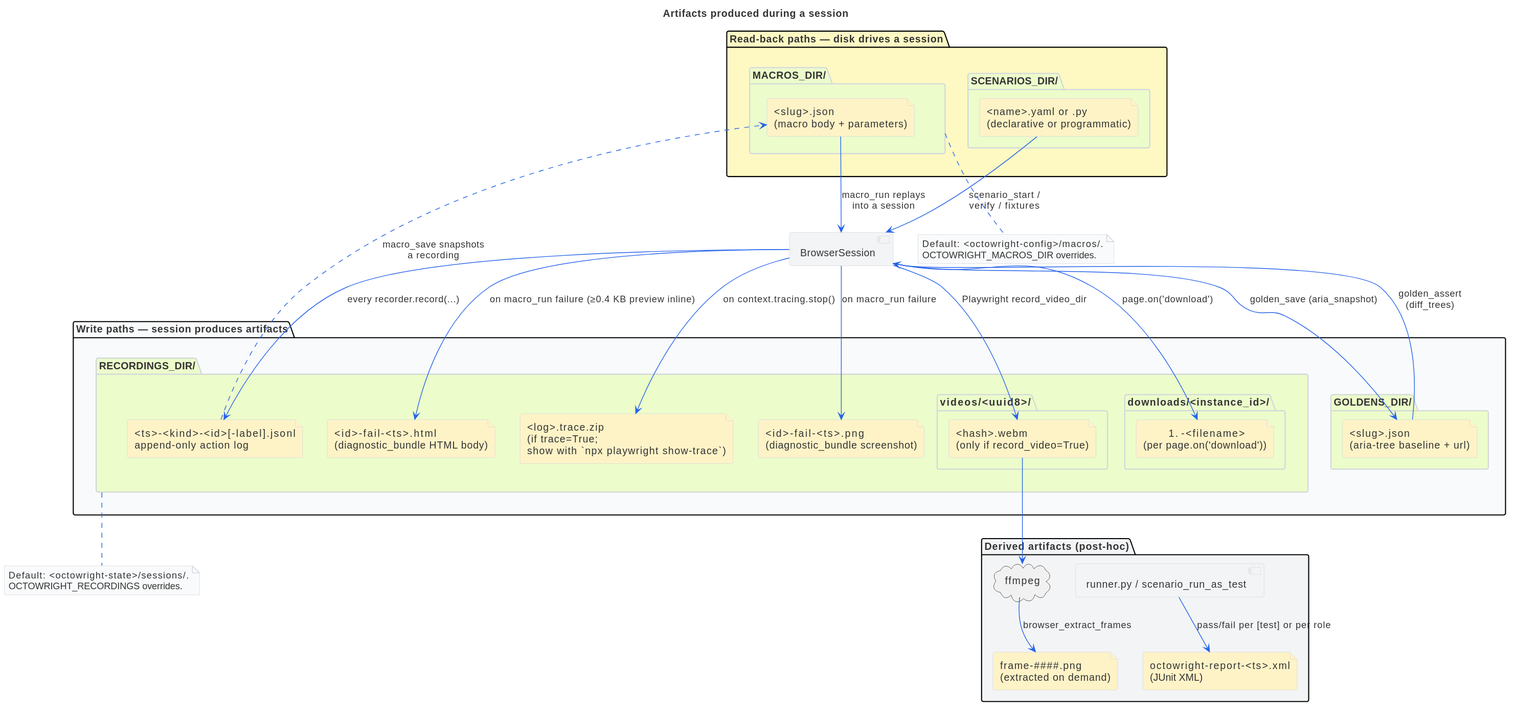
Before: docs/architecture/artifact-flow.svg, a diagram exported from PlantUML (livingstaccato/octowright). Its source is kept beside it as docs/architecture/artifact-flow.puml.
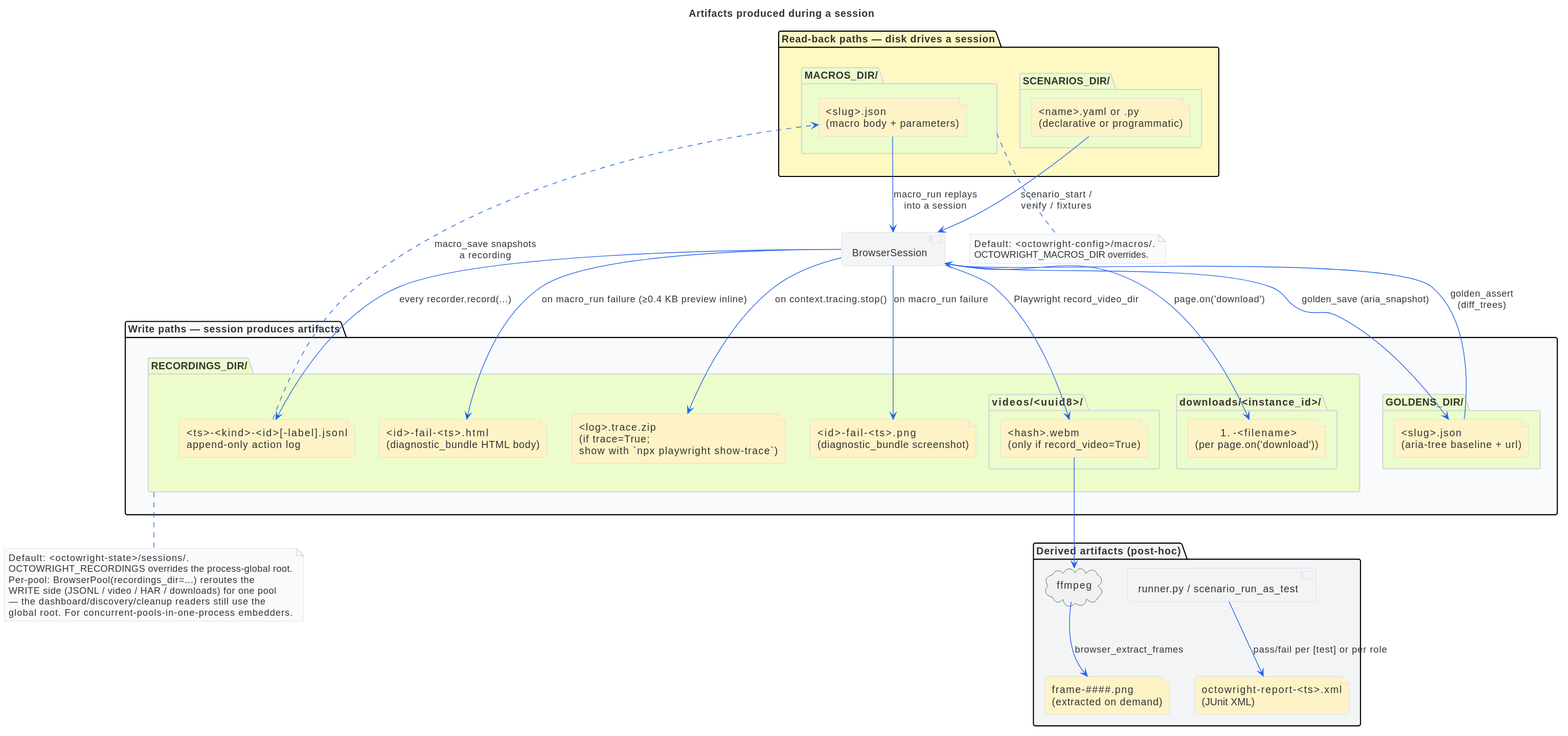
Later version of the same file.

Commit message:
feat(browser-pool): route per-pool artefact writes via BrowserPool(recordings_dir=...)

What changed in the source:
```diff
@@ -71,7 +71,11 @@
 
 note bottom of REC
   Default: <octowright-state>/sessions/.
-  OCTOWRIGHT_RECORDINGS overrides.
+  OCTOWRIGHT_RECORDINGS overrides the process-global root.
+  Per-pool: BrowserPool(recordings_dir=...) reroutes the
+  WRITE side (JSONL / video / HAR / downloads) for one pool
+  — the dashboard/discovery/cleanup readers still use the
+  global root. For concurrent-pools-in-one-process embedders.
 end note
 
 note bottom of MAC
```
